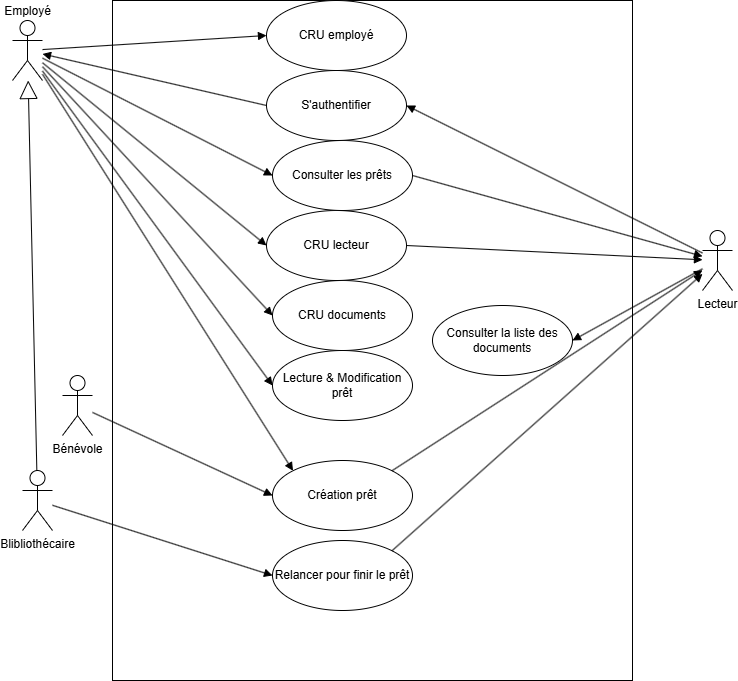
This is 2. Diagramme des cas d'utilisation.drawio.png from Fhurai/AFPA_CDA_Conception_nodev, a draw.io export, as it was before one commit. Source tidied: cells renumbered, new cells last; positions are measured from the earlier drawing's top-left corner, leaving out a move shared by most shapes.
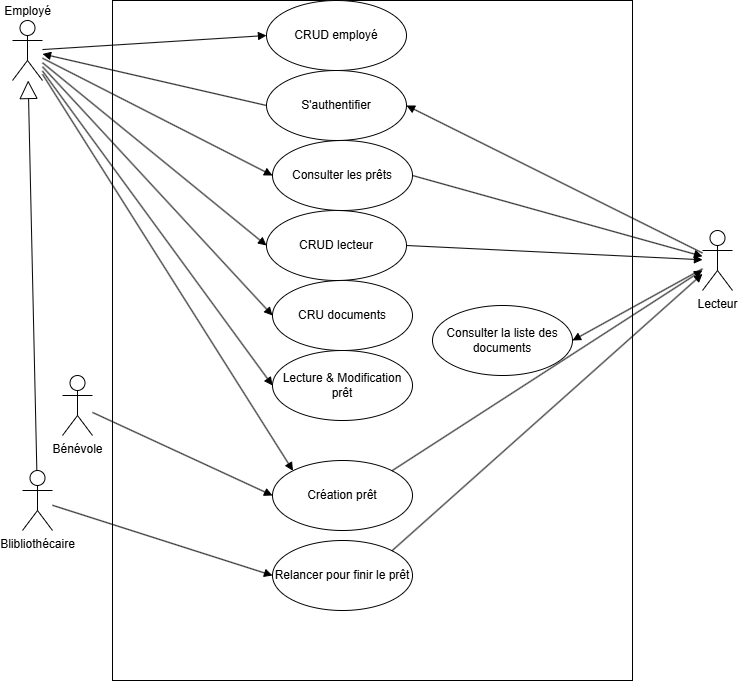
After the change.

Commit message:
Diagramme des use case mis à jour en conséquence

Diff of the diagram source:
```diff
@@ -32,7 +32,7 @@
     <mxCell id="11" value="CRU documents" style="ellipse;whiteSpace=wrap;html=1;" parent="1" vertex="1">
       <mxGeometry x="260" y="280" width="140" height="70" as="geometry" />
     </mxCell>
-    <mxCell id="12" value="CRU lecteur" style="ellipse;whiteSpace=wrap;html=1;" parent="1" vertex="1">
+    <mxCell id="12" value="CRUD lecteur" style="ellipse;whiteSpace=wrap;html=1;" parent="1" vertex="1">
       <mxGeometry x="254" y="210" width="140" height="70" as="geometry" />
     </mxCell>
     <mxCell id="13" value="Consulter les prêts" style="ellipse;whiteSpace=wrap;html=1;" parent="1" vertex="1">
@@ -77,7 +77,7 @@
     <mxCell id="26" style="html=1;verticalAlign=bottom;endArrow=block;curved=0;rounded=0;exitX=0;exitY=0.5;exitDx=0;exitDy=0;" parent="1" edge="1" source="25" target="4">
       <mxGeometry relative="1" as="geometry" />
     </mxCell>
-    <mxCell id="27" value="CRU employé" style="ellipse;whiteSpace=wrap;html=1;" parent="1" vertex="1">
+    <mxCell id="27" value="CRUD employé" style="ellipse;whiteSpace=wrap;html=1;" parent="1" vertex="1">
       <mxGeometry x="254" width="140" height="70" as="geometry" />
     </mxCell>
     <mxCell id="28" value="&lt;div&gt;&lt;br&gt;&lt;/div&gt;&lt;div&gt;&lt;br&gt;&lt;/div&gt;" style="html=1;verticalAlign=bottom;endArrow=block;curved=0;rounded=0;entryX=0;entryY=0.5;entryDx=0;entryDy=0;" parent="1" edge="1" source="4" target="27">
```
